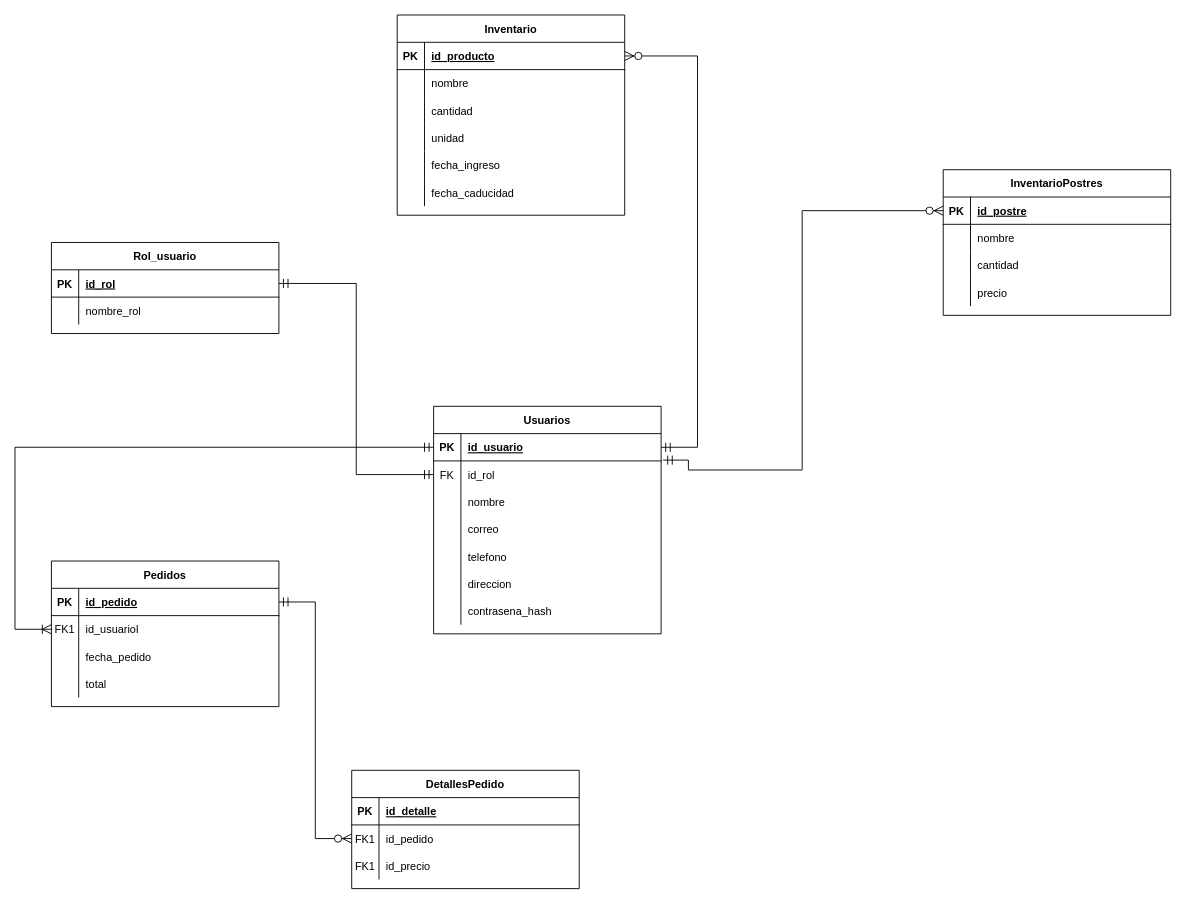
The draw.io diagram Modelo entidad relación.drawio in Ash-code12/Proyecto, before the edit. Source tidied: cells renumbered, new cells numbered last; positions are measured from the earlier drawing's top-left corner, leaving out a move shared by most shapes. Both pictures are drawn from the tidied source at 91%, with x=0, y=0 at pixel (15, 15).
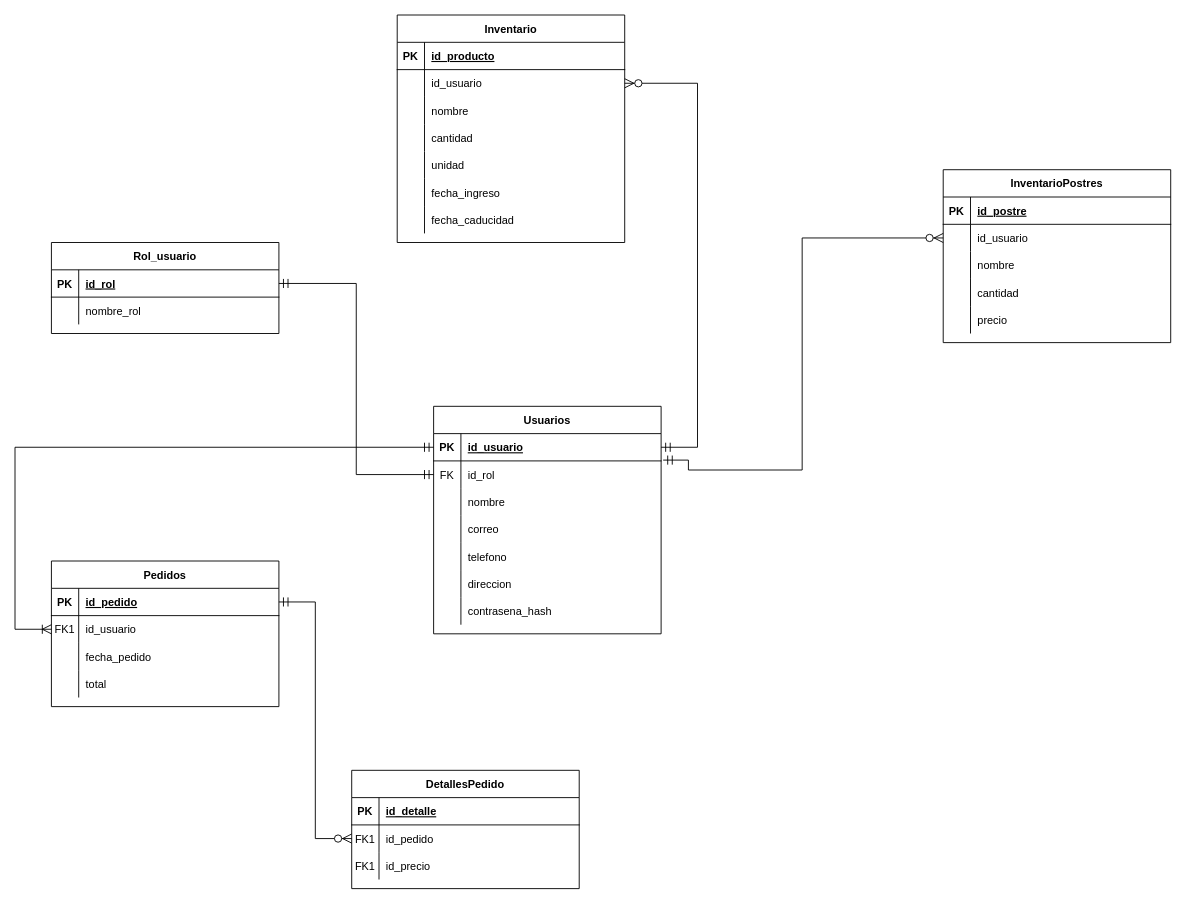
After the change.

The change refers to these unchanged cells:
```xml
<mxCell id="3" style="shape=partialRectangle;fillColor=none;points=[[0,0.5],[1,0.5]];portConstraint=eastwest;top=0;left=0;right=0;bottom=1;" parent="2" vertex="1">
  <mxGeometry y="30" width="250" height="30" as="geometry" />
</mxCell>
<mxCell id="19" style="shape=partialRectangle;fillColor=none;points=[[0,0.5],[1,0.5]];portConstraint=eastwest;top=0;left=0;right=0;bottom=0;" parent="15" vertex="1">
  <mxGeometry y="60" width="250" height="30" as="geometry" />
</mxCell>
<mxCell id="29" style="shape=partialRectangle;fillColor=none;points=[[0,0.5],[1,0.5]];portConstraint=eastwest;top=0;left=0;right=0;bottom=1;" parent="28" vertex="1">
  <mxGeometry y="30" width="250" height="30" as="geometry" />
</mxCell>
<mxCell id="61" style="shape=partialRectangle;fillColor=none;points=[[0,0.5],[1,0.5]];portConstraint=eastwest;top=0;left=0;right=0;bottom=1;" parent="60" vertex="1">
  <mxGeometry y="30" width="250" height="30" as="geometry" />
</mxCell>
```

The edit, as a diff of the source:
```diff
@@
     <mxCell id="2" value="InventarioPostres" style="shape=table;startSize=30;childLayout=tableLayout;rowLines=0;fontStyle=1;align=center;" parent="1" vertex="1">
-      <mxGeometry x="1020" y="170" width="250" height="160" as="geometry" />
+      <mxGeometry x="1020" y="170" width="250" height="190" as="geometry" />
     </mxCell>
@@
+    <mxCell id="91" style="shape=partialRectangle;fillColor=none;points=[[0,0.5],[1,0.5]];portConstraint=eastwest;top=0;left=0;right=0;bottom=0;" parent="2" vertex="1">
+      <mxGeometry y="60" width="250" height="30" as="geometry" />
+    </mxCell>
+    <mxCell id="92" style="shape=partialRectangle;overflow=hidden;fillColor=none;top=0;left=0;bottom=0;right=0;" parent="91" vertex="1">
+      <mxGeometry width="30" height="30" as="geometry" />
+    </mxCell>
+    <mxCell id="93" value="id_usuario" style="shape=partialRectangle;overflow=hidden;fillColor=none;top=0;left=0;bottom=0;right=0;align=left;spacingLeft=6;" parent="91" vertex="1">
+      <mxGeometry x="30" width="220" height="30" as="geometry" />
+    </mxCell>
     <mxCell id="6" style="shape=partialRectangle;fillColor=none;top=0;left=0;right=0;bottom=0;" parent="2" vertex="1">
-      <mxGeometry y="60" width="250" height="30" as="geometry" />
+      <mxGeometry y="90" width="250" height="30" as="geometry" />
     </mxCell>
@@
     <mxCell id="9" style="shape=partialRectangle;fillColor=none;top=0;left=0;right=0;bottom=0;" parent="2" vertex="1">
-      <mxGeometry y="90" width="250" height="30" as="geometry" />
+      <mxGeometry y="120" width="250" height="30" as="geometry" />
     </mxCell>
@@
     <mxCell id="12" style="shape=partialRectangle;fillColor=none;top=0;left=0;right=0;bottom=0;" parent="2" vertex="1">
-      <mxGeometry y="120" width="250" height="30" as="geometry" />
+      <mxGeometry y="150" width="250" height="30" as="geometry" />
     </mxCell>
@@
-    <mxCell id="21" value="id_usuariol" style="shape=partialRectangle;overflow=hidden;fillColor=none;top=0;left=0;bottom=0;right=0;align=left;spacingLeft=6;" parent="19" vertex="1">
+    <mxCell id="21" value="id_usuario" style="shape=partialRectangle;overflow=hidden;fillColor=none;top=0;left=0;bottom=0;right=0;align=left;spacingLeft=6;" parent="19" vertex="1">
       <mxGeometry x="30" width="220" height="30" as="geometry" />
     </mxCell>
@@
     <mxCell id="60" value="Inventario" style="shape=table;startSize=30;childLayout=tableLayout;rowLines=0;fontStyle=1;align=center;" parent="1" vertex="1">
-      <mxGeometry x="420" width="250" height="220" as="geometry" />
+      <mxGeometry x="420" width="250" height="250" as="geometry" />
     </mxCell>
@@
+    <mxCell id="94" style="shape=partialRectangle;fillColor=none;points=[[0,0.5],[1,0.5]];portConstraint=eastwest;top=0;left=0;right=0;bottom=0;" parent="60" vertex="1">
+      <mxGeometry y="60" width="250" height="30" as="geometry" />
+    </mxCell>
+    <mxCell id="95" style="shape=partialRectangle;overflow=hidden;fillColor=none;top=0;left=0;bottom=0;right=0;" parent="94" vertex="1">
+      <mxGeometry width="30" height="30" as="geometry" />
+    </mxCell>
+    <mxCell id="96" value="id_usuario" style="shape=partialRectangle;overflow=hidden;fillColor=none;top=0;left=0;bottom=0;right=0;align=left;spacingLeft=6;" parent="94" vertex="1">
+      <mxGeometry x="30" width="220" height="30" as="geometry" />
+    </mxCell>
     <mxCell id="64" style="shape=partialRectangle;fillColor=none;top=0;left=0;right=0;bottom=0;" parent="60" vertex="1">
-      <mxGeometry y="60" width="250" height="30" as="geometry" />
+      <mxGeometry y="90" width="250" height="30" as="geometry" />
     </mxCell>
@@
     <mxCell id="67" style="shape=partialRectangle;fillColor=none;top=0;left=0;right=0;bottom=0;" parent="60" vertex="1">
-      <mxGeometry y="90" width="250" height="30" as="geometry" />
+      <mxGeometry y="120" width="250" height="30" as="geometry" />
     </mxCell>
@@
     <mxCell id="70" style="shape=partialRectangle;fillColor=none;top=0;left=0;right=0;bottom=0;" parent="60" vertex="1">
-      <mxGeometry y="120" width="250" height="30" as="geometry" />
+      <mxGeometry y="150" width="250" height="30" as="geometry" />
     </mxCell>
@@
     <mxCell id="73" style="shape=partialRectangle;fillColor=none;top=0;left=0;right=0;bottom=0;" parent="60" vertex="1">
-      <mxGeometry y="150" width="250" height="30" as="geometry" />
+      <mxGeometry y="180" width="250" height="30" as="geometry" />
     </mxCell>
@@
     <mxCell id="76" style="shape=partialRectangle;fillColor=none;top=0;left=0;right=0;bottom=0;" parent="60" vertex="1">
-      <mxGeometry y="180" width="250" height="30" as="geometry" />
+      <mxGeometry y="210" width="250" height="30" as="geometry" />
     </mxCell>
@@
-    <mxCell id="89" style="edgeStyle=orthogonalEdgeStyle;fontSize=12;html=1;endArrow=ERzeroToMany;startArrow=ERmandOne;rounded=0;startSize=8;endSize=8;entryX=1;entryY=0.5;entryDx=0;entryDy=0;exitX=1;exitY=0.5;exitDx=0;exitDy=0;" parent="1" edge="1" source="29" target="61">
+    <mxCell id="89" style="edgeStyle=orthogonalEdgeStyle;fontSize=12;html=1;endArrow=ERzeroToMany;startArrow=ERmandOne;rounded=0;startSize=8;endSize=8;entryX=1;entryY=0.5;entryDx=0;entryDy=0;exitX=1;exitY=0.5;exitDx=0;exitDy=0;" parent="1" edge="1" source="29" target="94">
       <mxGeometry relative="1" as="geometry">
         <Array as="points">
           <mxPoint x="750" y="475" />
-          <mxPoint x="750" y="45" />
+          <mxPoint x="750" y="75" />
         </Array>
       </mxGeometry>
     </mxCell>
-    <mxCell id="90" style="edgeStyle=orthogonalEdgeStyle;fontSize=12;html=1;endArrow=ERzeroToMany;startArrow=ERmandOne;rounded=0;startSize=8;endSize=8;entryX=0;entryY=0.5;entryDx=0;entryDy=0;exitX=1.009;exitY=0.97;exitDx=0;exitDy=0;exitPerimeter=0;" parent="1" edge="1" source="29" target="3">
+    <mxCell id="90" style="edgeStyle=orthogonalEdgeStyle;fontSize=12;html=1;endArrow=ERzeroToMany;startArrow=ERmandOne;rounded=0;startSize=8;endSize=8;entryX=0;entryY=0.5;entryDx=0;entryDy=0;exitX=1.009;exitY=0.97;exitDx=0;exitDy=0;exitPerimeter=0;" parent="1" edge="1" source="29" target="91">
       <mxGeometry relative="1" as="geometry">
         <Array as="points">
           <mxPoint x="740" y="489" />
           <mxPoint x="740" y="500" />
           <mxPoint x="865" y="500" />
-          <mxPoint x="865" y="215" />
+          <mxPoint x="865" y="245" />
         </Array>
       </mxGeometry>
     </mxCell>
```
